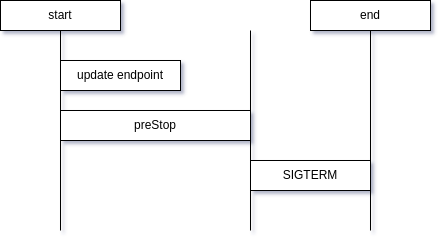
Earlier version of the draw.io export images/has_preStop.drawio.png (shifengbin/shifengbin.github.io). Source tidied: cells renumbered, new cells last; positions are measured from the earlier drawing's top-left corner, leaving out a move shared by most shapes. Source of this version:
```xml
<mxGraphModel>
  <root>
    <mxCell id="0" />
    <mxCell id="1" parent="0" />
    <mxCell id="2" style="endArrow=none;html=1;rounded=0;" parent="1" edge="1">
      <mxGeometry relative="1" as="geometry">
        <mxPoint x="60" y="230" as="sourcePoint" />
        <mxPoint x="60" y="30" as="targetPoint" />
      </mxGeometry>
    </mxCell>
    <mxCell id="3" value="preStop" style="rounded=0;whiteSpace=wrap;html=1;" parent="1" vertex="1">
      <mxGeometry x="60" y="110" width="190" height="30" as="geometry" />
    </mxCell>
    <mxCell id="4" value="update endpoint" style="rounded=0;whiteSpace=wrap;html=1;" parent="1" vertex="1">
      <mxGeometry x="60" y="60" width="120" height="30" as="geometry" />
    </mxCell>
    <mxCell id="5" style="endArrow=none;html=1;rounded=0;" parent="1" edge="1">
      <mxGeometry relative="1" as="geometry">
        <mxPoint x="250" y="230" as="sourcePoint" />
        <mxPoint x="250" y="30" as="targetPoint" />
      </mxGeometry>
    </mxCell>
    <mxCell id="6" value="SIGTERM" style="rounded=0;whiteSpace=wrap;html=1;" parent="1" vertex="1">
      <mxGeometry x="250" y="160" width="120" height="30" as="geometry" />
    </mxCell>
    <mxCell id="7" value="start" style="rounded=0;whiteSpace=wrap;html=1;" parent="1" vertex="1">
      <mxGeometry width="120" height="30" as="geometry" />
    </mxCell>
    <mxCell id="8" style="endArrow=none;html=1;rounded=0;" parent="1" edge="1">
      <mxGeometry relative="1" as="geometry">
        <mxPoint x="370" y="230" as="sourcePoint" />
        <mxPoint x="370" y="30" as="targetPoint" />
      </mxGeometry>
    </mxCell>
    <mxCell id="9" value="end" style="rounded=0;whiteSpace=wrap;html=1;" parent="1" vertex="1">
      <mxGeometry x="310" width="120" height="30" as="geometry" />
    </mxCell>
  </root>
</mxGraphModel>
```
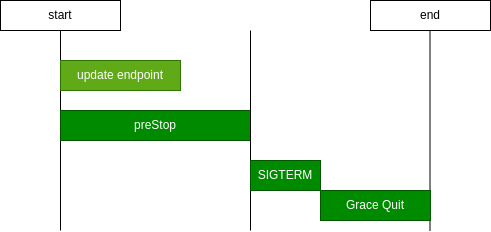
The same diagram one commit later.

Diff of the diagram source:
```diff
@@ -8,10 +8,10 @@
         <mxPoint x="60" y="30" as="targetPoint" />
       </mxGeometry>
     </mxCell>
-    <mxCell id="3" value="preStop" style="rounded=0;whiteSpace=wrap;html=1;" parent="1" vertex="1">
+    <mxCell id="3" value="preStop" style="rounded=0;whiteSpace=wrap;html=1;fillColor=#008a00;fontColor=#ffffff;strokeColor=#005700;" parent="1" vertex="1">
       <mxGeometry x="60" y="110" width="190" height="30" as="geometry" />
     </mxCell>
-    <mxCell id="4" value="update endpoint" style="rounded=0;whiteSpace=wrap;html=1;" parent="1" vertex="1">
+    <mxCell id="4" value="update endpoint" style="rounded=0;whiteSpace=wrap;html=1;fillColor=#60a917;fontColor=#ffffff;strokeColor=#2D7600;" parent="1" vertex="1">
       <mxGeometry x="60" y="60" width="120" height="30" as="geometry" />
     </mxCell>
     <mxCell id="5" style="endArrow=none;html=1;rounded=0;" parent="1" edge="1">
@@ -20,20 +20,23 @@
         <mxPoint x="250" y="30" as="targetPoint" />
       </mxGeometry>
     </mxCell>
-    <mxCell id="6" value="SIGTERM" style="rounded=0;whiteSpace=wrap;html=1;" parent="1" vertex="1">
-      <mxGeometry x="250" y="160" width="120" height="30" as="geometry" />
+    <mxCell id="6" value="SIGTERM" style="rounded=0;whiteSpace=wrap;html=1;fillColor=#008a00;fontColor=#ffffff;strokeColor=#005700;" parent="1" vertex="1">
+      <mxGeometry x="250" y="160" width="70" height="30" as="geometry" />
     </mxCell>
     <mxCell id="7" value="start" style="rounded=0;whiteSpace=wrap;html=1;" parent="1" vertex="1">
       <mxGeometry width="120" height="30" as="geometry" />
     </mxCell>
     <mxCell id="8" style="endArrow=none;html=1;rounded=0;" parent="1" edge="1">
       <mxGeometry relative="1" as="geometry">
-        <mxPoint x="370" y="230" as="sourcePoint" />
-        <mxPoint x="370" y="30" as="targetPoint" />
+        <mxPoint x="429.5" y="230" as="sourcePoint" />
+        <mxPoint x="429.5" y="30" as="targetPoint" />
       </mxGeometry>
     </mxCell>
     <mxCell id="9" value="end" style="rounded=0;whiteSpace=wrap;html=1;" parent="1" vertex="1">
-      <mxGeometry x="310" width="120" height="30" as="geometry" />
+      <mxGeometry x="370" width="120" height="30" as="geometry" />
     </mxCell>
+    <mxCell id="10" value="Grace Quit" style="rounded=0;whiteSpace=wrap;html=1;fillColor=#008a00;fontColor=#ffffff;strokeColor=#005700;" parent="1" vertex="1">
+      <mxGeometry x="320" y="190" width="110" height="30" as="geometry" />
+    </mxCell>
   </root>
 </mxGraphModel>
```
